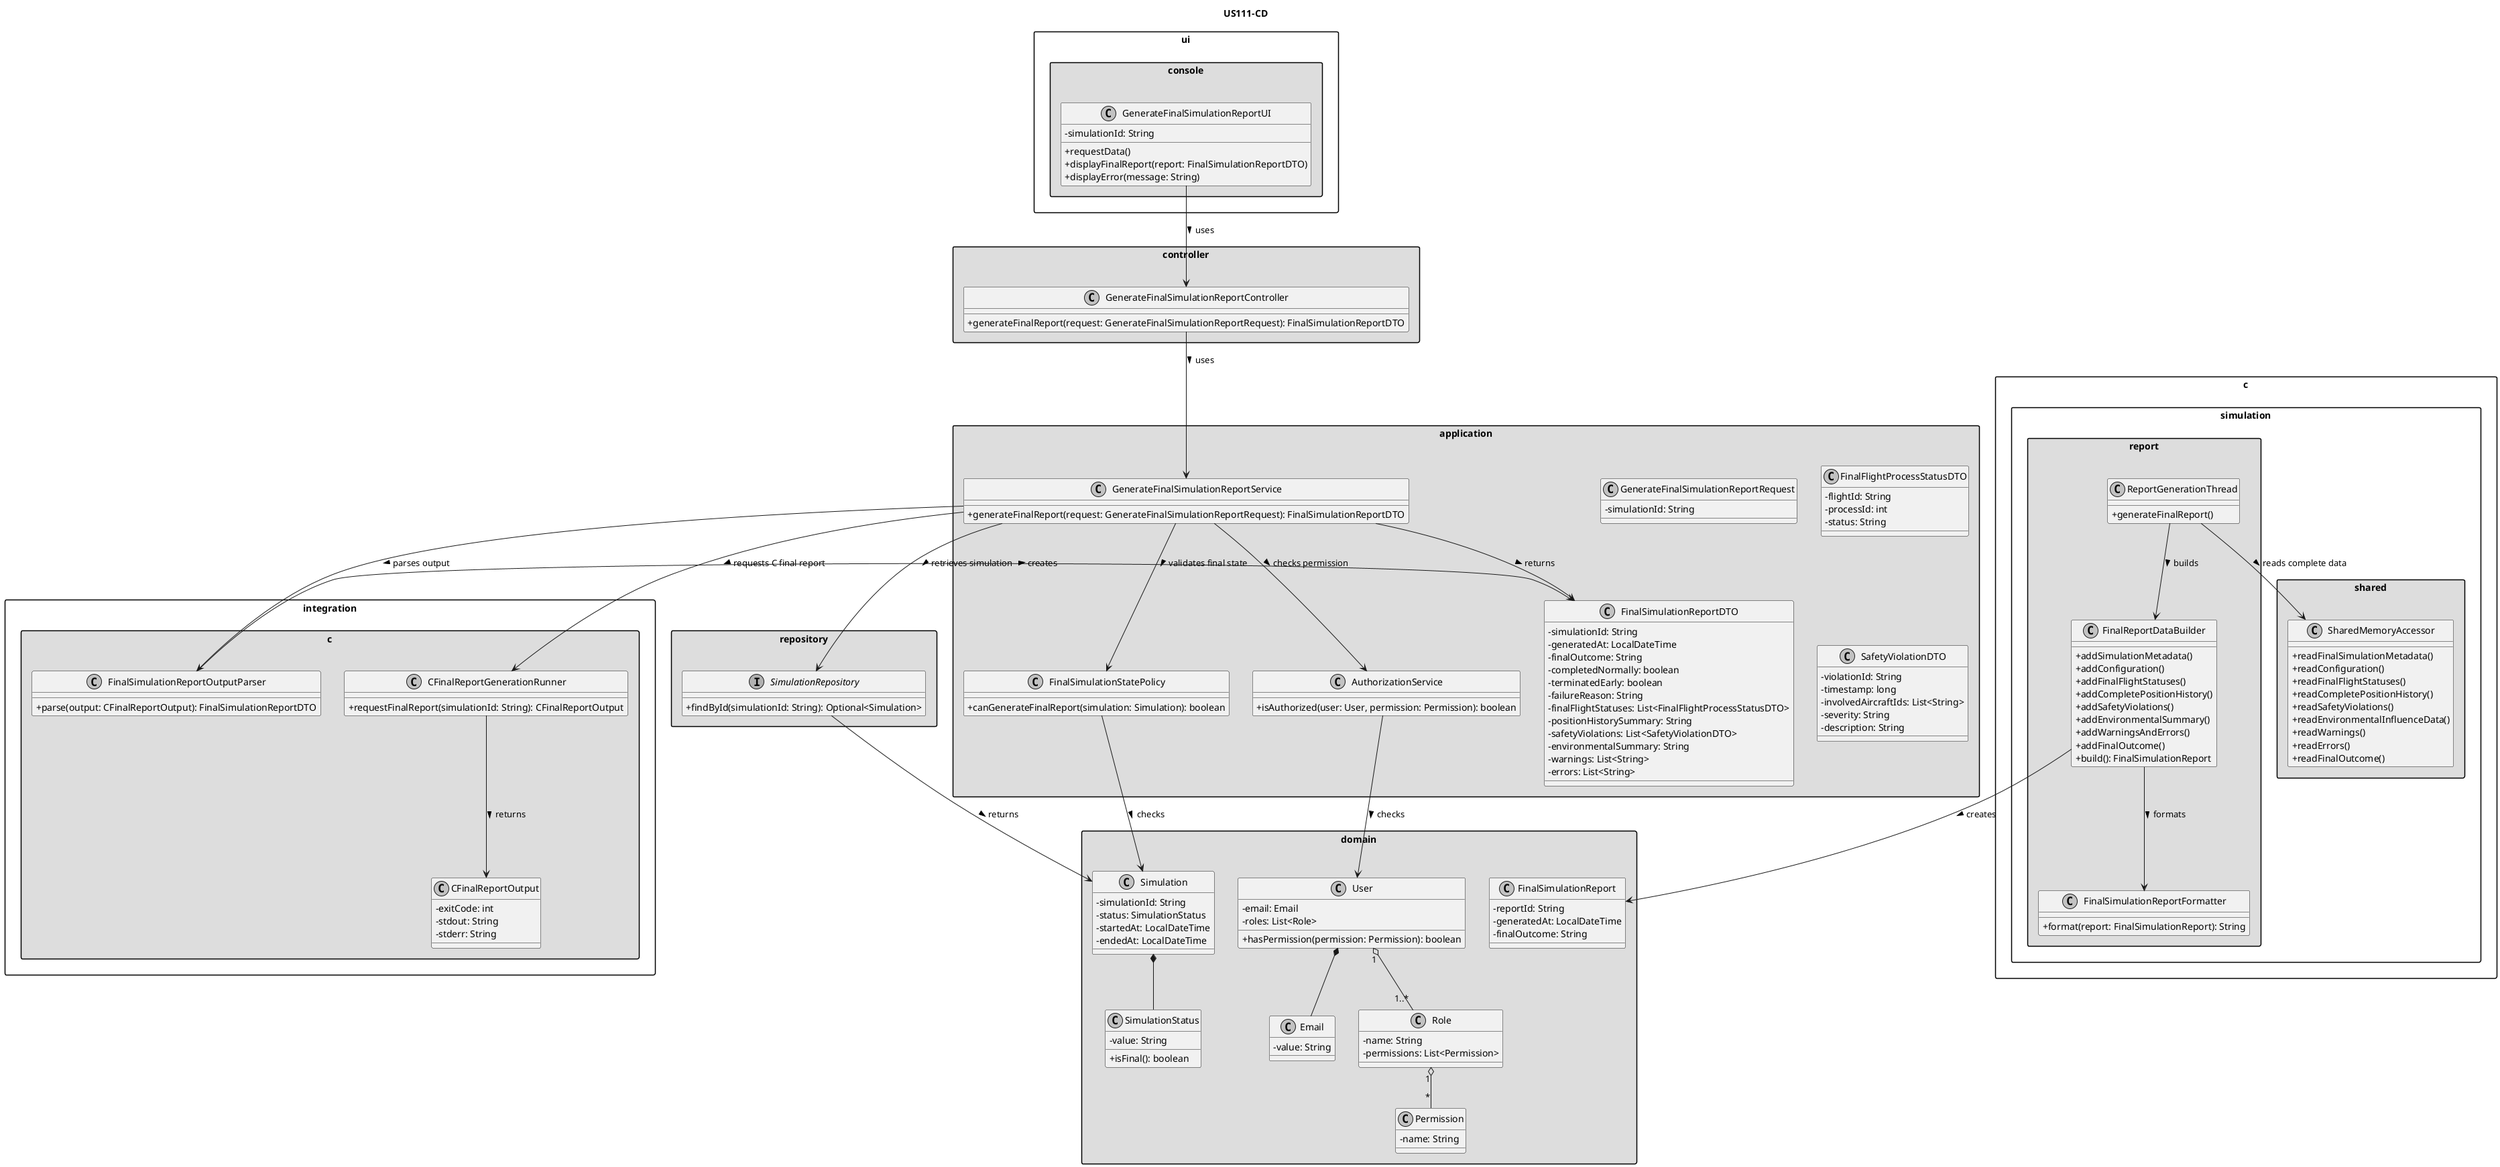
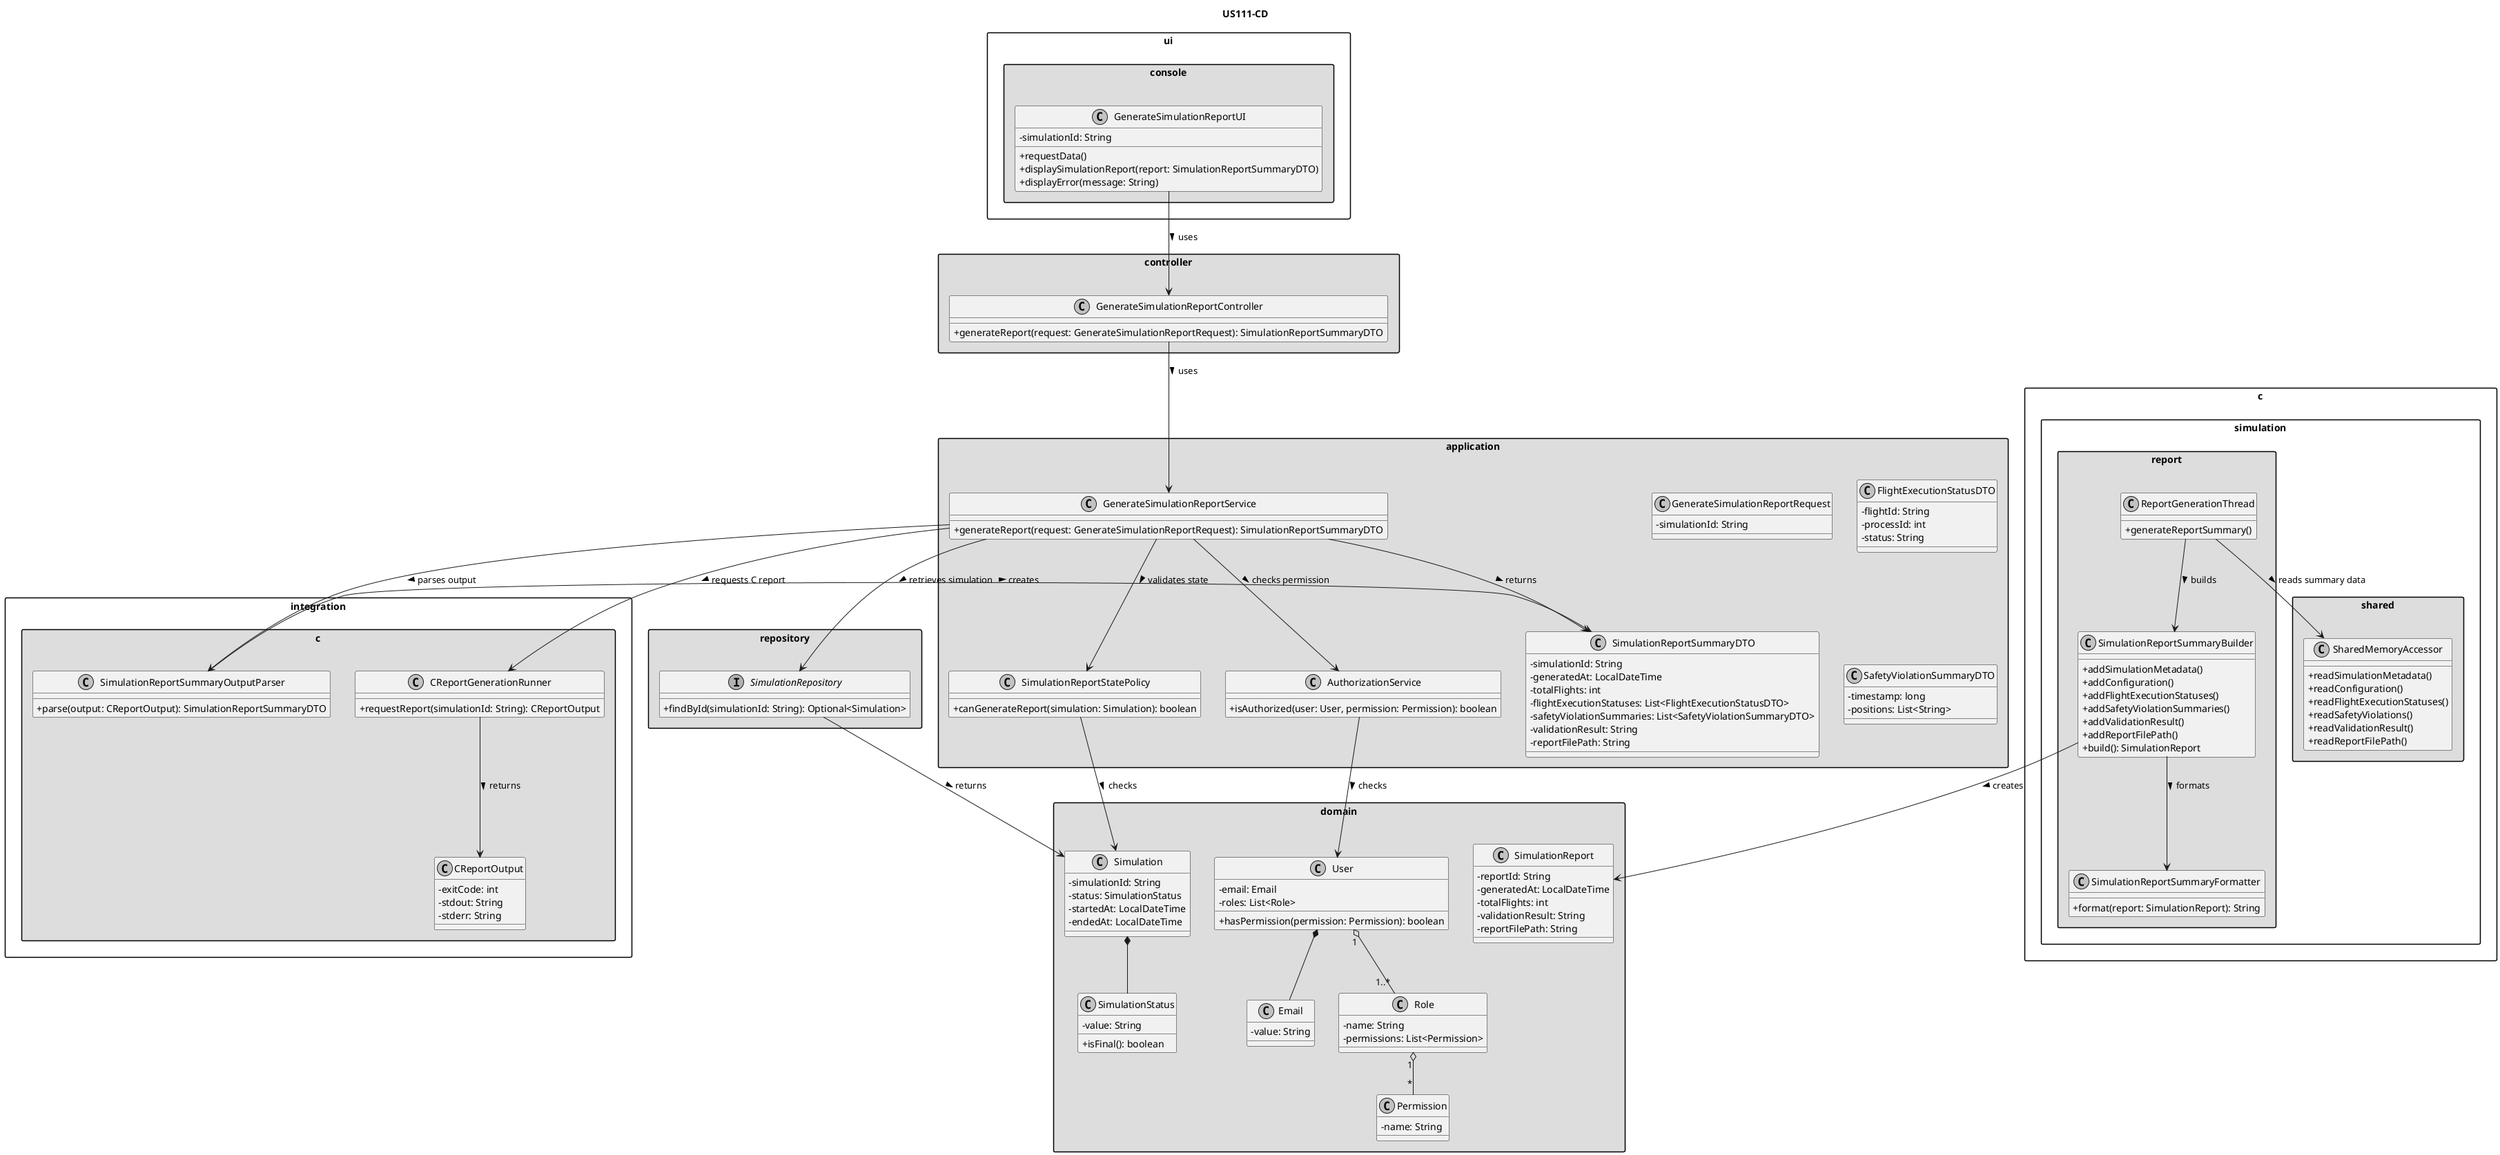
@startuml
title US111-CD

skinparam monochrome true
skinparam packageStyle rectangle
skinparam shadowing false
skinparam classAttributeIconSize 0

package "ui.console" #DDDDDD {
-     class GenerateFinalSimulationReportUI {
+     class GenerateSimulationReportUI {
        - simulationId: String
        + requestData()
-         + displayFinalReport(report: FinalSimulationReportDTO)
+         + displaySimulationReport(report: SimulationReportSummaryDTO)
        + displayError(message: String)
    }
}

package "controller" #DDDDDD {
-     class GenerateFinalSimulationReportController {
-         + generateFinalReport(request: GenerateFinalSimulationReportRequest): FinalSimulationReportDTO
+     class GenerateSimulationReportController {
+         + generateReport(request: GenerateSimulationReportRequest): SimulationReportSummaryDTO
    }
}

package "application" #DDDDDD {
-     class GenerateFinalSimulationReportService {
-         + generateFinalReport(request: GenerateFinalSimulationReportRequest): FinalSimulationReportDTO
+     class GenerateSimulationReportService {
+         + generateReport(request: GenerateSimulationReportRequest): SimulationReportSummaryDTO
    }

    class AuthorizationService {
        + isAuthorized(user: User, permission: Permission): boolean
    }

-     class GenerateFinalSimulationReportRequest {
+     class GenerateSimulationReportRequest {
        - simulationId: String
    }

-     class FinalSimulationStatePolicy {
-         + canGenerateFinalReport(simulation: Simulation): boolean
+     class SimulationReportStatePolicy {
+         + canGenerateReport(simulation: Simulation): boolean
    }

-     class FinalSimulationReportDTO {
+     class SimulationReportSummaryDTO {
        - simulationId: String
        - generatedAt: LocalDateTime
-         - finalOutcome: String
-         - completedNormally: boolean
-         - terminatedEarly: boolean
-         - failureReason: String
-         - finalFlightStatuses: List<FinalFlightProcessStatusDTO>
-         - positionHistorySummary: String
-         - safetyViolations: List<SafetyViolationDTO>
-         - environmentalSummary: String
-         - warnings: List<String>
-         - errors: List<String>
+         - totalFlights: int
+         - flightExecutionStatuses: List<FlightExecutionStatusDTO>
+         - safetyViolationSummaries: List<SafetyViolationSummaryDTO>
+         - validationResult: String
+         - reportFilePath: String
    }

-     class FinalFlightProcessStatusDTO {
+     class FlightExecutionStatusDTO {
        - flightId: String
        - processId: int
        - status: String
    }

-     class SafetyViolationDTO {
-         - violationId: String
+     class SafetyViolationSummaryDTO {
        - timestamp: long
-         - involvedAircraftIds: List<String>
-         - severity: String
-         - description: String
+         - positions: List<String>
    }
}

package "integration.c" #DDDDDD {
-     class CFinalReportGenerationRunner {
-         + requestFinalReport(simulationId: String): CFinalReportOutput
+     class CReportGenerationRunner {
+         + requestReport(simulationId: String): CReportOutput
    }

-     class CFinalReportOutput {
+     class CReportOutput {
        - exitCode: int
        - stdout: String
        - stderr: String
    }

-     class FinalSimulationReportOutputParser {
-         + parse(output: CFinalReportOutput): FinalSimulationReportDTO
+     class SimulationReportSummaryOutputParser {
+         + parse(output: CReportOutput): SimulationReportSummaryDTO
    }
}

package "domain" #DDDDDD {
    class User {
        - email: Email
        - roles: List<Role>
        + hasPermission(permission: Permission): boolean
    }

    class Role {
        - name: String
        - permissions: List<Permission>
    }

    class Permission {
        - name: String
    }

    class Simulation {
        - simulationId: String
        - status: SimulationStatus
        - startedAt: LocalDateTime
        - endedAt: LocalDateTime
    }

    class SimulationStatus {
        - value: String
        + isFinal(): boolean
    }

-     class FinalSimulationReport {
+     class SimulationReport {
        - reportId: String
        - generatedAt: LocalDateTime
-         - finalOutcome: String
+         - totalFlights: int
+         - validationResult: String
+         - reportFilePath: String
    }

    class Email {
        - value: String
    }
}

package "repository" #DDDDDD {
    interface SimulationRepository {
        + findById(simulationId: String): Optional<Simulation>
    }
}

package "c.simulation.report" #DDDDDD {
    class ReportGenerationThread {
-         + generateFinalReport()
+         + generateReportSummary()
    }

-     class FinalReportDataBuilder {
+     class SimulationReportSummaryBuilder {
        + addSimulationMetadata()
        + addConfiguration()
-         + addFinalFlightStatuses()
-         + addCompletePositionHistory()
-         + addSafetyViolations()
-         + addEnvironmentalSummary()
-         + addWarningsAndErrors()
-         + addFinalOutcome()
-         + build(): FinalSimulationReport
+         + addFlightExecutionStatuses()
+         + addSafetyViolationSummaries()
+         + addValidationResult()
+         + addReportFilePath()
+         + build(): SimulationReport
    }

-     class FinalSimulationReportFormatter {
-         + format(report: FinalSimulationReport): String
+     class SimulationReportSummaryFormatter {
+         + format(report: SimulationReport): String
    }
}

package "c.simulation.shared" #DDDDDD {
    class SharedMemoryAccessor {
-         + readFinalSimulationMetadata()
+         + readSimulationMetadata()
        + readConfiguration()
-         + readFinalFlightStatuses()
-         + readCompletePositionHistory()
+         + readFlightExecutionStatuses()
        + readSafetyViolations()
-         + readEnvironmentalInfluenceData()
-         + readWarnings()
-         + readErrors()
-         + readFinalOutcome()
+         + readValidationResult()
+         + readReportFilePath()
    }
}

- GenerateFinalSimulationReportUI --> GenerateFinalSimulationReportController : uses >
- GenerateFinalSimulationReportController --> GenerateFinalSimulationReportService : uses >
- GenerateFinalSimulationReportService --> AuthorizationService : checks permission >
- GenerateFinalSimulationReportService --> SimulationRepository : retrieves simulation >
- GenerateFinalSimulationReportService --> FinalSimulationStatePolicy : validates final state >
- GenerateFinalSimulationReportService --> CFinalReportGenerationRunner : requests C final report >
- GenerateFinalSimulationReportService --> FinalSimulationReportOutputParser : parses output >
- GenerateFinalSimulationReportService --> FinalSimulationReportDTO : returns >
+ GenerateSimulationReportUI --> GenerateSimulationReportController : uses >
+ GenerateSimulationReportController --> GenerateSimulationReportService : uses >
+ GenerateSimulationReportService --> AuthorizationService : checks permission >
+ GenerateSimulationReportService --> SimulationRepository : retrieves simulation >
+ GenerateSimulationReportService --> SimulationReportStatePolicy : validates state >
+ GenerateSimulationReportService --> CReportGenerationRunner : requests C report >
+ GenerateSimulationReportService --> SimulationReportSummaryOutputParser : parses output >
+ GenerateSimulationReportService --> SimulationReportSummaryDTO : returns >

- CFinalReportGenerationRunner --> CFinalReportOutput : returns >
- FinalSimulationReportOutputParser --> FinalSimulationReportDTO : creates >
+ CReportGenerationRunner --> CReportOutput : returns >
+ SimulationReportSummaryOutputParser --> SimulationReportSummaryDTO : creates >

AuthorizationService --> User : checks >
User "1" o-- "1..*" Role
Role "1" o-- "*" Permission
User *-- Email

Simulation *-- SimulationStatus
SimulationRepository --> Simulation : returns >
- FinalSimulationStatePolicy --> Simulation : checks >
+ SimulationReportStatePolicy --> Simulation : checks >

- ReportGenerationThread --> SharedMemoryAccessor : reads complete data >
- ReportGenerationThread --> FinalReportDataBuilder : builds >
- FinalReportDataBuilder --> FinalSimulationReport : creates >
- FinalReportDataBuilder --> FinalSimulationReportFormatter : formats >
+ ReportGenerationThread --> SharedMemoryAccessor : reads summary data >
+ ReportGenerationThread --> SimulationReportSummaryBuilder : builds >
+ SimulationReportSummaryBuilder --> SimulationReport : creates >
+ SimulationReportSummaryBuilder --> SimulationReportSummaryFormatter : formats >

@enduml